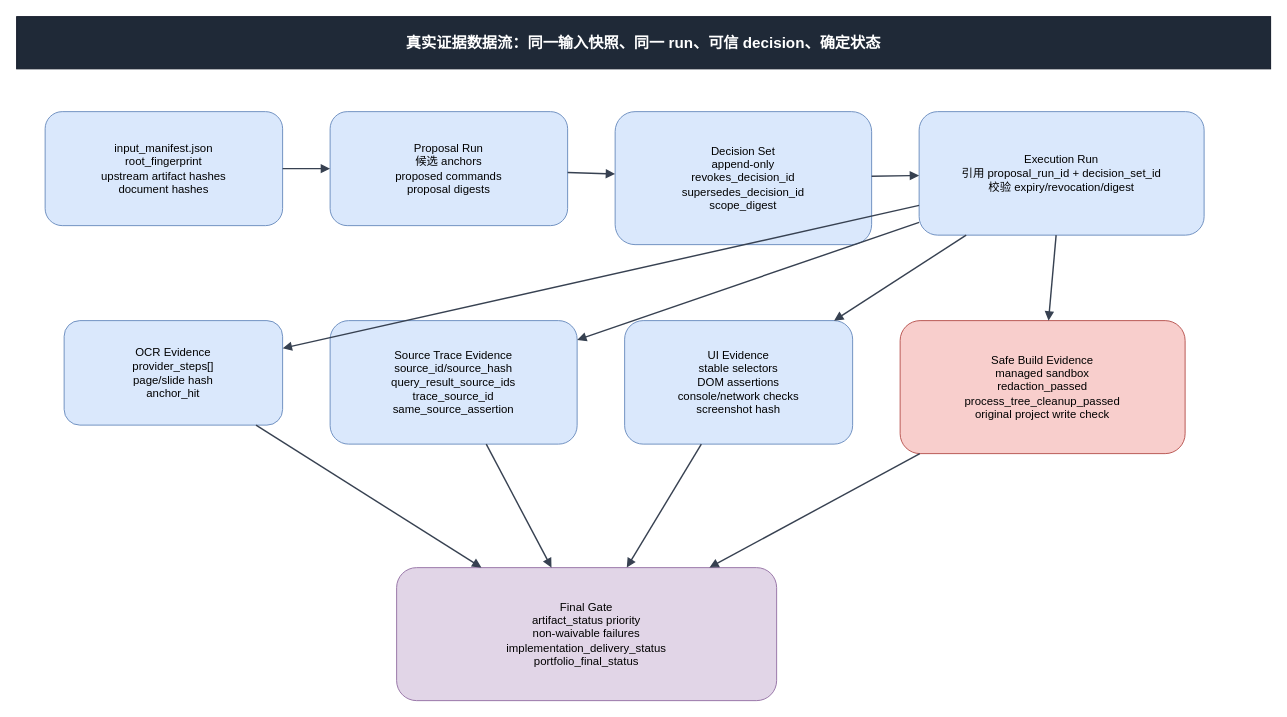
Before: page "04 真实证据数据流与状态决策" (4 of 7) of docs/V2.x/V2_116_120_REAL_EVIDENCE_ACCEPTANCE_CLOSURE_TARGET_STATE.drawio in ljx418/data_service, a draw.io diagram. Source tidied: cells renumbered, new cells numbered last; positions are measured from the earlier drawing's top-left corner, leaving out a move shared by most shapes. Both pictures are drawn from the tidied source at 95%, with x=0, y=0 at pixel (16, 16).
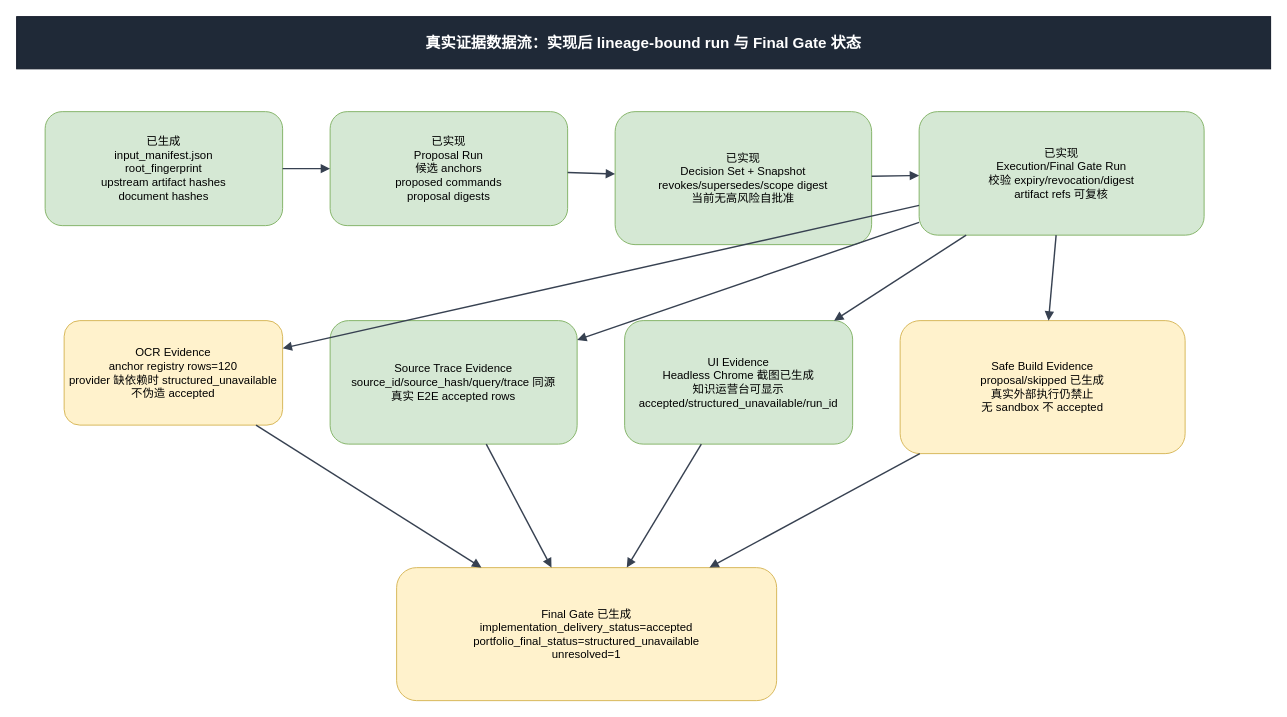
The same diagram, later.

The edit, as a diff of the source:
```diff
@@
-    <mxCell id="2" value="真实证据数据流：同一输入快照、同一 run、可信 decision、确定状态" style="rounded=0;whiteSpace=wrap;html=1;fillColor=#1f2937;strokeColor=#111827;fontColor=#ffffff;fontSize=16;fontStyle=1;align=center;verticalAlign=middle;spacing=8;" parent="1" vertex="1">
+    <mxCell id="2" value="真实证据数据流：实现后 lineage-bound run 与 Final Gate 状态" style="rounded=0;whiteSpace=wrap;html=1;fillColor=#1f2937;strokeColor=#111827;fontColor=#ffffff;fontSize=16;fontStyle=1;align=center;verticalAlign=middle;spacing=8;" parent="1" vertex="1">
       <mxGeometry width="1320" height="55" as="geometry" />
     </mxCell>
-    <mxCell id="3" value="input_manifest.json&#10;root_fingerprint&#10;upstream artifact hashes&#10;document hashes" style="rounded=1;whiteSpace=wrap;html=1;fillColor=#dae8fc;strokeColor=#6c8ebf;fontSize=12;align=center;verticalAlign=middle;spacing=6;" parent="1" vertex="1">
+    <mxCell id="3" value="已生成&#10;input_manifest.json&#10;root_fingerprint&#10;upstream artifact hashes&#10;document hashes" style="rounded=1;whiteSpace=wrap;html=1;fillColor=#d5e8d4;strokeColor=#82b366;fontSize=12;align=center;verticalAlign=middle;spacing=6;" parent="1" vertex="1">
       <mxGeometry x="30" y="100" width="250" height="120" as="geometry" />
     </mxCell>
-    <mxCell id="4" value="Proposal Run&#10;候选 anchors&#10;proposed commands&#10;proposal digests" style="rounded=1;whiteSpace=wrap;html=1;fillColor=#dae8fc;strokeColor=#6c8ebf;fontSize=12;align=center;verticalAlign=middle;spacing=6;" parent="1" vertex="1">
+    <mxCell id="4" value="已实现&#10;Proposal Run&#10;候选 anchors&#10;proposed commands&#10;proposal digests" style="rounded=1;whiteSpace=wrap;html=1;fillColor=#d5e8d4;strokeColor=#82b366;fontSize=12;align=center;verticalAlign=middle;spacing=6;" parent="1" vertex="1">
       <mxGeometry x="330" y="100" width="250" height="120" as="geometry" />
     </mxCell>
-    <mxCell id="5" value="Decision Set&#10;append-only&#10;revokes_decision_id&#10;supersedes_decision_id&#10;scope_digest" style="rounded=1;whiteSpace=wrap;html=1;fillColor=#dae8fc;strokeColor=#6c8ebf;fontSize=12;align=center;verticalAlign=middle;spacing=6;" parent="1" vertex="1">
+    <mxCell id="5" value="已实现&#10;Decision Set + Snapshot&#10;revokes/supersedes/scope digest&#10;当前无高风险自批准" style="rounded=1;whiteSpace=wrap;html=1;fillColor=#d5e8d4;strokeColor=#82b366;fontSize=12;align=center;verticalAlign=middle;spacing=6;" parent="1" vertex="1">
       <mxGeometry x="630" y="100" width="270" height="140" as="geometry" />
     </mxCell>
-    <mxCell id="6" value="Execution Run&#10;引用 proposal_run_id + decision_set_id&#10;校验 expiry/revocation/digest" style="rounded=1;whiteSpace=wrap;html=1;fillColor=#dae8fc;strokeColor=#6c8ebf;fontSize=12;align=center;verticalAlign=middle;spacing=6;" parent="1" vertex="1">
+    <mxCell id="6" value="已实现&#10;Execution/Final Gate Run&#10;校验 expiry/revocation/digest&#10;artifact refs 可复核" style="rounded=1;whiteSpace=wrap;html=1;fillColor=#d5e8d4;strokeColor=#82b366;fontSize=12;align=center;verticalAlign=middle;spacing=6;" parent="1" vertex="1">
       <mxGeometry x="950" y="100" width="300" height="130" as="geometry" />
     </mxCell>
-    <mxCell id="7" value="OCR Evidence&#10;provider_steps[]&#10;page/slide hash&#10;anchor_hit" style="rounded=1;whiteSpace=wrap;html=1;fillColor=#dae8fc;strokeColor=#6c8ebf;fontSize=12;align=center;verticalAlign=middle;spacing=6;" parent="1" vertex="1">
+    <mxCell id="7" value="OCR Evidence&#10;anchor registry rows=120&#10;provider 缺依赖时 structured_unavailable&#10;不伪造 accepted" style="rounded=1;whiteSpace=wrap;html=1;fillColor=#fff2cc;strokeColor=#d6b656;fontSize=12;align=center;verticalAlign=middle;spacing=6;" parent="1" vertex="1">
       <mxGeometry x="50" y="320" width="230" height="110" as="geometry" />
     </mxCell>
-    <mxCell id="8" value="Source Trace Evidence&#10;source_id/source_hash&#10;query_result_source_ids&#10;trace_source_id&#10;same_source_assertion" style="rounded=1;whiteSpace=wrap;html=1;fillColor=#dae8fc;strokeColor=#6c8ebf;fontSize=12;align=center;verticalAlign=middle;spacing=6;" parent="1" vertex="1">
+    <mxCell id="8" value="Source Trace Evidence&#10;source_id/source_hash/query/trace 同源&#10;真实 E2E accepted rows" style="rounded=1;whiteSpace=wrap;html=1;fillColor=#d5e8d4;strokeColor=#82b366;fontSize=12;align=center;verticalAlign=middle;spacing=6;" parent="1" vertex="1">
       <mxGeometry x="330" y="320" width="260" height="130" as="geometry" />
     </mxCell>
-    <mxCell id="9" value="UI Evidence&#10;stable selectors&#10;DOM assertions&#10;console/network checks&#10;screenshot hash" style="rounded=1;whiteSpace=wrap;html=1;fillColor=#dae8fc;strokeColor=#6c8ebf;fontSize=12;align=center;verticalAlign=middle;spacing=6;" parent="1" vertex="1">
+    <mxCell id="9" value="UI Evidence&#10;Headless Chrome 截图已生成&#10;知识运营台可显示 accepted/structured_unavailable/run_id" style="rounded=1;whiteSpace=wrap;html=1;fillColor=#d5e8d4;strokeColor=#82b366;fontSize=12;align=center;verticalAlign=middle;spacing=6;" parent="1" vertex="1">
       <mxGeometry x="640" y="320" width="240" height="130" as="geometry" />
     </mxCell>
-    <mxCell id="10" value="Safe Build Evidence&#10;managed sandbox&#10;redaction_passed&#10;process_tree_cleanup_passed&#10;original project write check" style="rounded=1;whiteSpace=wrap;html=1;fillColor=#f8cecc;strokeColor=#b85450;fontSize=12;align=center;verticalAlign=middle;spacing=6;" parent="1" vertex="1">
+    <mxCell id="10" value="Safe Build Evidence&#10;proposal/skipped 已生成&#10;真实外部执行仍禁止&#10;无 sandbox 不 accepted" style="rounded=1;whiteSpace=wrap;html=1;fillColor=#fff2cc;strokeColor=#d6b656;fontSize=12;align=center;verticalAlign=middle;spacing=6;" parent="1" vertex="1">
       <mxGeometry x="930" y="320" width="300" height="140" as="geometry" />
     </mxCell>
-    <mxCell id="11" value="Final Gate&#10;artifact_status priority&#10;non-waivable failures&#10;implementation_delivery_status&#10;portfolio_final_status" style="rounded=1;whiteSpace=wrap;html=1;fillColor=#e1d5e7;strokeColor=#9673a6;fontSize=12;align=center;verticalAlign=middle;spacing=6;" parent="1" vertex="1">
+    <mxCell id="11" value="Final Gate 已生成&#10;implementation_delivery_status=accepted&#10;portfolio_final_status=structured_unavailable&#10;unresolved=1" style="rounded=1;whiteSpace=wrap;html=1;fillColor=#fff2cc;strokeColor=#d6b656;fontSize=12;align=center;verticalAlign=middle;spacing=6;" parent="1" vertex="1">
       <mxGeometry x="400" y="580" width="400" height="140" as="geometry" />
     </mxCell>
```
